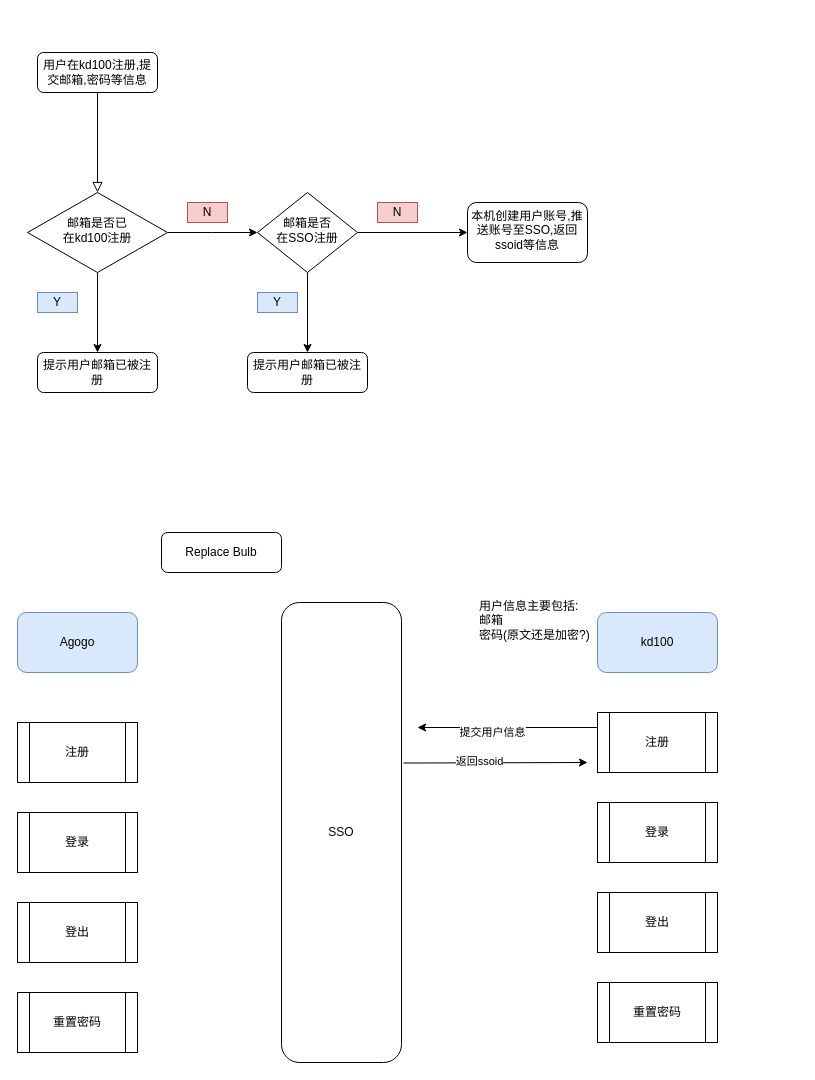
Above: Untitled Diagram.drawio in KAKALZF/image (draw.io), before the change. Source tidied: cells renumbered, new cells numbered last; positions are measured from the earlier drawing's top-left corner, leaving out a move shared by most shapes. Both pictures are drawn from the tidied source at 100%, with x=0, y=0 at pixel (17, 52).
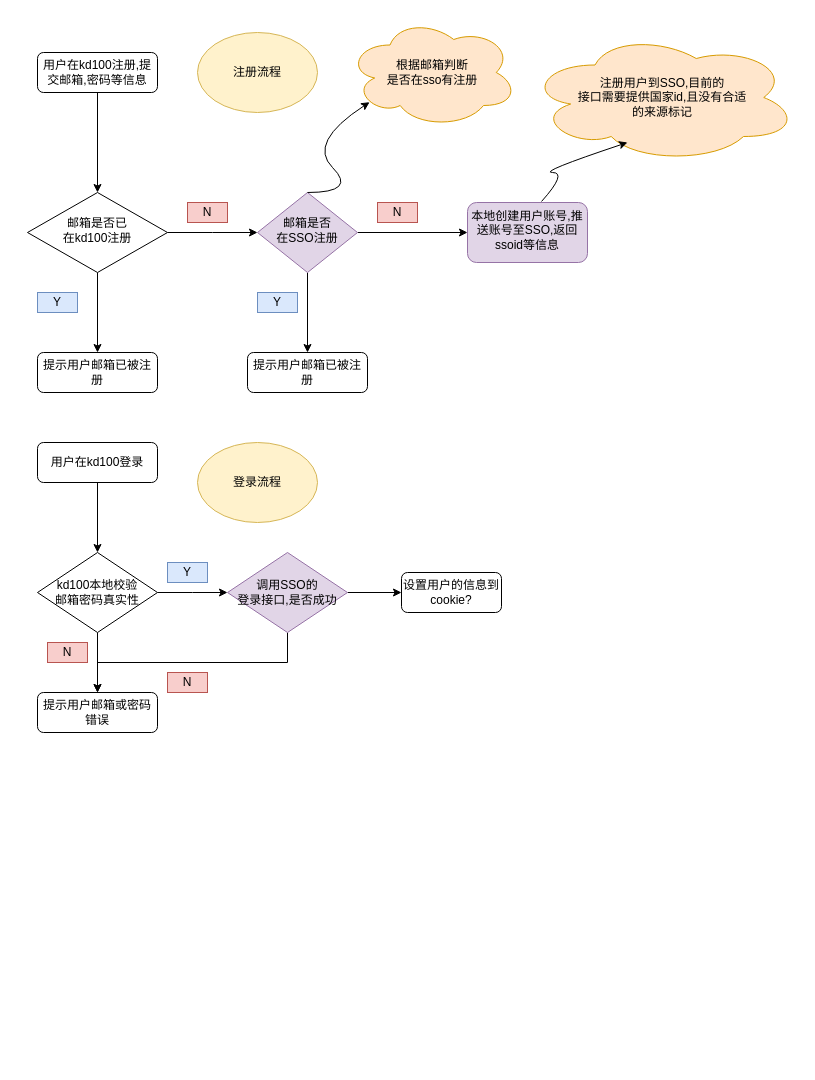
The same page after the edit.

The change refers to these unchanged cells:
```xml
<mxCell id="3" value="用户在kd100注册,提交邮箱,密码等信息" style="rounded=1;whiteSpace=wrap;html=1;fontSize=12;glass=0;strokeWidth=1;shadow=0;" parent="1" vertex="1">
  <mxGeometry x="20" width="120" height="40" as="geometry" />
</mxCell>
<mxCell id="6" value="&lt;div&gt;邮箱是否已&lt;/div&gt;&lt;div&gt;在kd100注册&lt;/div&gt;" style="rhombus;whiteSpace=wrap;html=1;shadow=0;fontFamily=Helvetica;fontSize=12;align=center;strokeWidth=1;spacing=6;spacingTop=-4;" parent="1" vertex="1">
  <mxGeometry x="10" y="140" width="140" height="80" as="geometry" />
</mxCell>
```

The edit, as a diff of the source:
```diff
@@
-    <mxCell id="2" style="rounded=0;html=1;jettySize=auto;fontSize=11;endArrow=block;endFill=0;endSize=8;strokeWidth=1;shadow=0;labelBackgroundColor=none;edgeStyle=orthogonalEdgeStyle;" parent="1" edge="1" source="3" target="6">
+    <mxCell id="2" style="edgeStyle=orthogonalEdgeStyle;rounded=0;jettySize=auto;html=1;exitX=0.5;exitY=1;exitDx=0;exitDy=0;entryX=0.5;entryY=0;entryDx=0;entryDy=0;" parent="1" edge="1" source="3" target="6">
       <mxGeometry relative="1" as="geometry" />
     </mxCell>
@@
-    <mxCell id="9" value="&lt;div&gt;邮箱是否&lt;/div&gt;&lt;div&gt;在SSO注册&lt;/div&gt;" style="rhombus;whiteSpace=wrap;html=1;shadow=0;fontFamily=Helvetica;fontSize=12;align=center;strokeWidth=1;spacing=6;spacingTop=-4;" parent="1" vertex="1">
+    <mxCell id="9" value="&lt;div&gt;邮箱是否&lt;/div&gt;&lt;div&gt;在SSO注册&lt;/div&gt;" style="rhombus;whiteSpace=wrap;html=1;shadow=0;fontFamily=Helvetica;fontSize=12;align=center;strokeWidth=1;spacing=6;spacingTop=-4;fillColor=#e1d5e7;strokeColor=#9673a6;" parent="1" vertex="1">
       <mxGeometry x="240" y="140" width="100" height="80" as="geometry" />
     </mxCell>
@@
-    <mxCell id="11" value="Replace Bulb" style="rounded=1;whiteSpace=wrap;html=1;fontSize=12;glass=0;strokeWidth=1;shadow=0;" parent="1" vertex="1">
-      <mxGeometry x="144" y="480" width="120" height="40" as="geometry" />
-    </mxCell>
-    <mxCell id="12" style="edgeStyle=orthogonalEdgeStyle;rounded=0;jettySize=auto;html=1;exitX=1.015;exitY=0.349;exitDx=0;exitDy=0;exitPerimeter=0;" parent="1" edge="1" source="14">
-      <mxGeometry relative="1" as="geometry">
-        <mxPoint x="570" y="710" as="targetPoint" />
-      </mxGeometry>
-    </mxCell>
-    <mxCell id="13" value="返回ssoid" style="edgeLabel;html=1;align=center;verticalAlign=middle;" parent="12" vertex="1">
-      <mxGeometry x="-0.18" y="2" relative="1" as="geometry" />
-    </mxCell>
-    <mxCell id="14" value="SSO" style="rounded=1;whiteSpace=wrap;html=1;align=center;verticalAlign=middle;" parent="1" vertex="1">
-      <mxGeometry x="264" y="550" width="120" height="460" as="geometry" />
-    </mxCell>
-    <mxCell id="15" style="group;" parent="1" vertex="1">
-      <mxGeometry y="560" width="120" height="440" as="geometry" />
-    </mxCell>
-    <mxCell id="16" value="Agogo" style="rounded=1;whiteSpace=wrap;html=1;align=center;verticalAlign=middle;fillColor=#dae8fc;strokeColor=#6c8ebf;" parent="15" vertex="1">
-      <mxGeometry width="120" height="60" as="geometry" />
-    </mxCell>
-    <mxCell id="17" style="group;" parent="15" vertex="1">
-      <mxGeometry y="110" width="120" height="330" as="geometry" />
-    </mxCell>
-    <mxCell id="18" value="注册" style="shape=process;whiteSpace=wrap;html=1;backgroundOutline=1;align=center;verticalAlign=middle;" parent="17" vertex="1">
-      <mxGeometry width="120" height="60" as="geometry" />
-    </mxCell>
-    <mxCell id="19" value="登录" style="shape=process;whiteSpace=wrap;html=1;backgroundOutline=1;align=center;verticalAlign=middle;" parent="17" vertex="1">
-      <mxGeometry y="90" width="120" height="60" as="geometry" />
-    </mxCell>
-    <mxCell id="20" value="登出" style="shape=process;whiteSpace=wrap;html=1;backgroundOutline=1;align=center;verticalAlign=middle;" parent="17" vertex="1">
-      <mxGeometry y="180" width="120" height="60" as="geometry" />
-    </mxCell>
-    <mxCell id="21" value="重置密码" style="shape=process;whiteSpace=wrap;html=1;backgroundOutline=1;align=center;verticalAlign=middle;" parent="17" vertex="1">
-      <mxGeometry y="270" width="120" height="60" as="geometry" />
-    </mxCell>
-    <mxCell id="22" style="group;" parent="1" vertex="1">
-      <mxGeometry x="580" y="560" width="120" height="430" as="geometry" />
-    </mxCell>
-    <mxCell id="23" value="kd100" style="rounded=1;whiteSpace=wrap;html=1;fillColor=#dae8fc;strokeColor=#6c8ebf;" parent="22" vertex="1">
-      <mxGeometry width="120" height="60" as="geometry" />
-    </mxCell>
-    <mxCell id="24" style="group;" parent="22" vertex="1">
-      <mxGeometry y="100" width="120" height="330" as="geometry" />
-    </mxCell>
-    <mxCell id="25" value="注册" style="shape=process;whiteSpace=wrap;html=1;backgroundOutline=1;align=center;verticalAlign=middle;" parent="24" vertex="1">
-      <mxGeometry width="120" height="60" as="geometry" />
-    </mxCell>
-    <mxCell id="26" value="登录" style="shape=process;whiteSpace=wrap;html=1;backgroundOutline=1;align=center;verticalAlign=middle;" parent="24" vertex="1">
-      <mxGeometry y="90" width="120" height="60" as="geometry" />
-    </mxCell>
-    <mxCell id="27" value="登出" style="shape=process;whiteSpace=wrap;html=1;backgroundOutline=1;align=center;verticalAlign=middle;" parent="24" vertex="1">
-      <mxGeometry y="180" width="120" height="60" as="geometry" />
-    </mxCell>
-    <mxCell id="28" value="重置密码" style="shape=process;whiteSpace=wrap;html=1;backgroundOutline=1;align=center;verticalAlign=middle;" parent="24" vertex="1">
-      <mxGeometry y="270" width="120" height="60" as="geometry" />
-    </mxCell>
-    <mxCell id="29" style="edgeStyle=orthogonalEdgeStyle;rounded=0;jettySize=auto;html=1;exitX=0;exitY=0.25;exitDx=0;exitDy=0;" parent="1" edge="1" source="25">
-      <mxGeometry relative="1" as="geometry">
-        <mxPoint x="400" y="675" as="targetPoint" />
-      </mxGeometry>
-    </mxCell>
-    <mxCell id="30" value="提交用户信息" style="edgeLabel;html=1;align=center;verticalAlign=middle;" parent="29" vertex="1">
-      <mxGeometry x="0.17" y="4" relative="1" as="geometry" />
-    </mxCell>
-    <mxCell id="31" value="&lt;div align=&quot;left&quot;&gt;用户信息主要包括:&lt;/div&gt;&lt;div align=&quot;left&quot;&gt;邮箱&lt;/div&gt;&lt;div align=&quot;left&quot;&gt;密码(原文还是加密?)&lt;/div&gt;" style="text;html=1;strokeColor=none;fillColor=none;align=left;verticalAlign=top;whiteSpace=wrap;rounded=0;" parent="1" vertex="1">
-      <mxGeometry x="460" y="540" width="160" height="140" as="geometry" />
-    </mxCell>
@@
-    <mxCell id="36" value="本机创建用户账号,推送账号至SSO,返回ssoid等信息" style="rounded=1;whiteSpace=wrap;html=1;align=center;verticalAlign=top;" parent="1" vertex="1">
+    <mxCell id="36" value="本地创建用户账号,推送账号至SSO,返回ssoid等信息" style="rounded=1;whiteSpace=wrap;html=1;align=center;verticalAlign=top;fillColor=#e1d5e7;strokeColor=#9673a6;" parent="1" vertex="1">
       <mxGeometry x="450" y="150" width="120" height="60" as="geometry" />
     </mxCell>
@@
+    <mxCell id="38" value="注册流程" style="ellipse;whiteSpace=wrap;html=1;fillColor=#fff2cc;strokeColor=#d6b656;" parent="1" vertex="1">
+      <mxGeometry x="180" y="-20" width="120" height="80" as="geometry" />
+    </mxCell>
+    <mxCell id="39" style="edgeStyle=orthogonalEdgeStyle;rounded=0;jettySize=auto;html=1;exitX=0.5;exitY=1;exitDx=0;exitDy=0;entryX=0.5;entryY=0;entryDx=0;entryDy=0;" parent="1" edge="1" source="40" target="43">
+      <mxGeometry relative="1" as="geometry" />
+    </mxCell>
+    <mxCell id="40" value="用户在kd100登录" style="rounded=1;whiteSpace=wrap;html=1;" parent="1" vertex="1">
+      <mxGeometry x="20" y="390" width="120" height="40" as="geometry" />
+    </mxCell>
+    <mxCell id="41" style="edgeStyle=orthogonalEdgeStyle;rounded=0;jettySize=auto;html=1;exitX=1;exitY=0.5;exitDx=0;exitDy=0;entryX=0;entryY=0.5;entryDx=0;entryDy=0;" parent="1" edge="1" source="43">
+      <mxGeometry relative="1" as="geometry">
+        <mxPoint x="210" y="540" as="targetPoint" />
+      </mxGeometry>
+    </mxCell>
+    <mxCell id="42" style="edgeStyle=orthogonalEdgeStyle;rounded=0;jettySize=auto;html=1;exitX=0.5;exitY=1;exitDx=0;exitDy=0;entryX=0.5;entryY=0;entryDx=0;entryDy=0;" parent="1" edge="1" source="43" target="44">
+      <mxGeometry relative="1" as="geometry" />
+    </mxCell>
+    <mxCell id="43" value="&lt;div&gt;kd100本地校验&lt;/div&gt;&lt;div&gt;邮箱密码真实性&lt;/div&gt;" style="rhombus;whiteSpace=wrap;html=1;" parent="1" vertex="1">
+      <mxGeometry x="20" y="500" width="120" height="80" as="geometry" />
+    </mxCell>
+    <mxCell id="44" value="提示用户邮箱或密码错误" style="rounded=1;whiteSpace=wrap;html=1;" parent="1" vertex="1">
+      <mxGeometry x="20" y="640" width="120" height="40" as="geometry" />
+    </mxCell>
+    <mxCell id="45" value="N" style="text;html=1;strokeColor=#b85450;fillColor=#f8cecc;align=center;verticalAlign=middle;whiteSpace=wrap;rounded=0;" parent="1" vertex="1">
+      <mxGeometry x="30" y="590" width="40" height="20" as="geometry" />
+    </mxCell>
+    <mxCell id="46" value="Y" style="text;html=1;strokeColor=#6c8ebf;fillColor=#dae8fc;align=center;verticalAlign=middle;whiteSpace=wrap;rounded=0;" parent="1" vertex="1">
+      <mxGeometry x="150" y="510" width="40" height="20" as="geometry" />
+    </mxCell>
+    <mxCell id="47" style="edgeStyle=orthogonalEdgeStyle;rounded=0;jettySize=auto;html=1;exitX=0.5;exitY=1;exitDx=0;exitDy=0;entryX=0.5;entryY=0;entryDx=0;entryDy=0;" parent="1" edge="1" source="49" target="44">
+      <mxGeometry relative="1" as="geometry" />
+    </mxCell>
+    <mxCell id="48" style="edgeStyle=orthogonalEdgeStyle;rounded=0;jettySize=auto;html=1;exitX=1;exitY=0.5;exitDx=0;exitDy=0;entryX=0;entryY=0.5;entryDx=0;entryDy=0;" parent="1" edge="1" source="49" target="51">
+      <mxGeometry relative="1" as="geometry" />
+    </mxCell>
+    <mxCell id="49" value="&lt;div&gt;调用SSO的&lt;/div&gt;&lt;div&gt;登录接口,是否成功&lt;/div&gt;" style="rhombus;whiteSpace=wrap;html=1;fillColor=#e1d5e7;strokeColor=#9673a6;" parent="1" vertex="1">
+      <mxGeometry x="210" y="500" width="120" height="80" as="geometry" />
+    </mxCell>
+    <mxCell id="50" value="N" style="text;html=1;strokeColor=#b85450;fillColor=#f8cecc;align=center;verticalAlign=middle;whiteSpace=wrap;rounded=0;" parent="1" vertex="1">
+      <mxGeometry x="150" y="620" width="40" height="20" as="geometry" />
+    </mxCell>
+    <mxCell id="51" value="设置用户的信息到cookie?" style="rounded=1;whiteSpace=wrap;html=1;" parent="1" vertex="1">
+      <mxGeometry x="384" y="520" width="100" height="40" as="geometry" />
+    </mxCell>
+    <mxCell id="52" value="&lt;div&gt;根据邮箱判断&lt;/div&gt;&lt;div&gt;是否在sso有注册&lt;/div&gt;" style="ellipse;shape=cloud;whiteSpace=wrap;html=1;fillColor=#ffe6cc;strokeColor=#d79b00;" parent="1" vertex="1">
+      <mxGeometry x="330" y="-35" width="170" height="110" as="geometry" />
+    </mxCell>
+    <mxCell id="53" value="&lt;div align=&quot;center&quot;&gt;注册用户到SSO,目前的&lt;/div&gt;&lt;div align=&quot;center&quot;&gt;接口需要提供国家id,且没有合适&lt;/div&gt;&lt;div align=&quot;center&quot;&gt;的来源标记&lt;/div&gt;" style="ellipse;shape=cloud;whiteSpace=wrap;html=1;align=center;fillColor=#ffe6cc;strokeColor=#d79b00;" parent="1" vertex="1">
+      <mxGeometry x="510" y="-20" width="270" height="130" as="geometry" />
+    </mxCell>
+    <mxCell id="54" style="curved=1;endArrow=classic;html=1;entryX=0.13;entryY=0.77;entryDx=0;entryDy=0;entryPerimeter=0;" parent="1" edge="1" target="52">
+      <mxGeometry relative="1" as="geometry">
+        <mxPoint x="290" y="140" as="sourcePoint" />
+        <Array as="points">
+          <mxPoint x="340" y="140" />
+          <mxPoint x="290" y="90" />
+        </Array>
+      </mxGeometry>
+    </mxCell>
+    <mxCell id="55" style="curved=1;endArrow=classic;html=1;exitX=0.617;exitY=-0.017;exitDx=0;exitDy=0;exitPerimeter=0;" parent="1" edge="1" source="36">
+      <mxGeometry relative="1" as="geometry">
+        <mxPoint x="610" y="90" as="targetPoint" />
+        <Array as="points">
+          <mxPoint x="550" y="120" />
+          <mxPoint x="520" y="120" />
+        </Array>
+      </mxGeometry>
+    </mxCell>
+    <mxCell id="56" value="登录流程" style="ellipse;whiteSpace=wrap;html=1;fillColor=#fff2cc;strokeColor=#d6b656;" parent="1" vertex="1">
+      <mxGeometry x="180" y="390" width="120" height="80" as="geometry" />
+    </mxCell>
```
